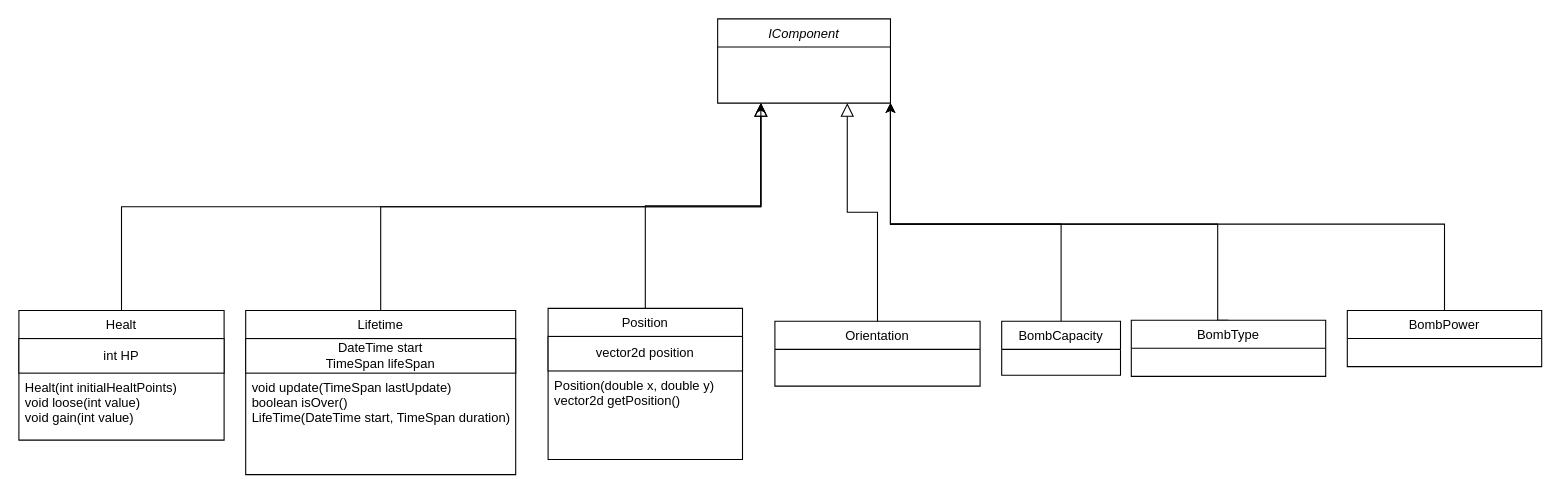
The draw.io diagram page "Components" (2 of 4) of UMLGeneralFramework.drawio in Kragoum/BomberKnight, before the edit. Source tidied: cells renumbered, new cells numbered last; positions are measured from the earlier drawing's top-left corner, leaving out a move shared by most shapes. Both pictures are drawn from the tidied source at 108%, with x=0, y=0 at pixel (18, 18).
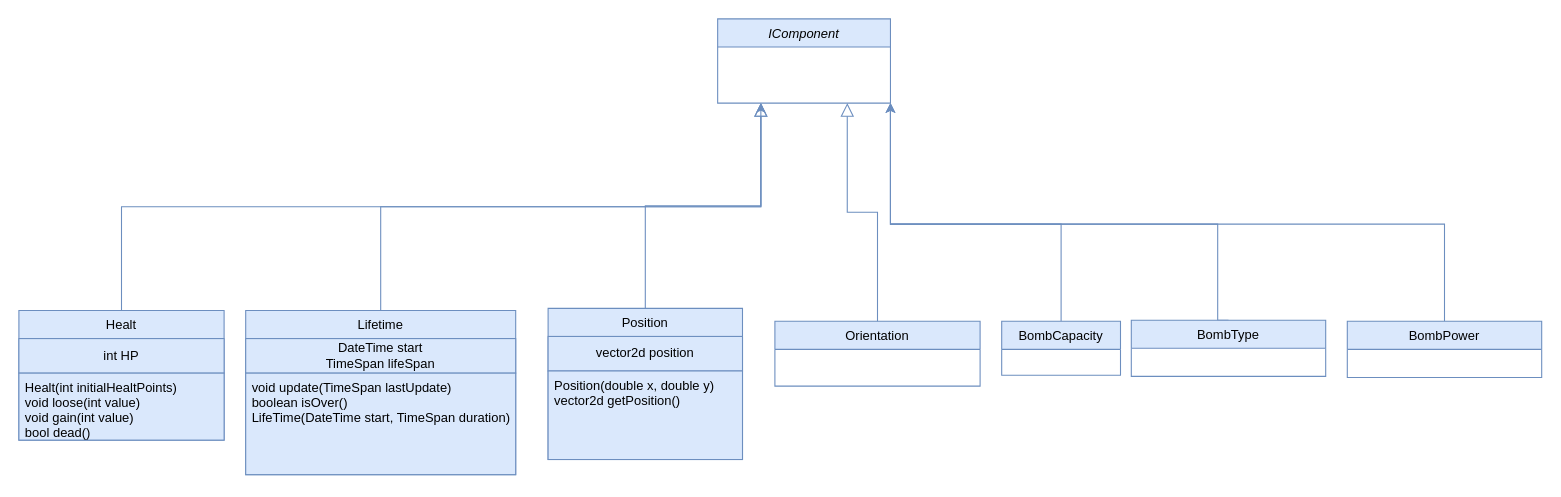
Above is the later version.

Change to the diagram source:
```diff
@@
-    <mxCell id="2" value="IComponent" style="swimlane;fontStyle=2;align=center;verticalAlign=top;horizontal=1;startSize=26;rounded=0;shadow=0;strokeWidth=1;" parent="1" vertex="1">
+    <mxCell id="2" value="IComponent" style="swimlane;fontStyle=2;align=center;verticalAlign=top;horizontal=1;startSize=26;rounded=0;shadow=0;strokeWidth=1;fillColor=#dae8fc;strokeColor=#6c8ebf;" parent="1" vertex="1">
       <mxGeometry x="647" width="160" height="78" as="geometry" />
     </mxCell>
-    <mxCell id="3" value="Healt" style="swimlane;fontStyle=0;align=center;verticalAlign=top;horizontal=1;startSize=26;rounded=0;shadow=0;strokeWidth=1;" parent="1" vertex="1">
+    <mxCell id="3" value="Healt" style="swimlane;fontStyle=0;align=center;verticalAlign=top;horizontal=1;startSize=26;rounded=0;shadow=0;strokeWidth=1;fillColor=#dae8fc;strokeColor=#6c8ebf;" parent="1" vertex="1">
       <mxGeometry y="270" width="190" height="120" as="geometry" />
     </mxCell>
-    <mxCell id="4" value="int HP" style="rounded=0;whiteSpace=wrap;html=1;" parent="3" vertex="1">
+    <mxCell id="4" value="int HP" style="rounded=0;whiteSpace=wrap;html=1;fillColor=#dae8fc;strokeColor=#6c8ebf;" parent="3" vertex="1">
       <mxGeometry y="26" width="190" height="32" as="geometry" />
     </mxCell>
-    <mxCell id="5" value="Healt(int initialHealtPoints)&#10;void loose(int value)&#10;void gain(int value)" style="text;align=left;verticalAlign=top;spacingLeft=4;spacingRight=4;overflow=hidden;rounded=0;shadow=0;html=0;" parent="3" vertex="1">
+    <mxCell id="5" value="Healt(int initialHealtPoints)&#10;void loose(int value)&#10;void gain(int value)&#10;bool dead()" style="text;align=left;verticalAlign=top;spacingLeft=4;spacingRight=4;overflow=hidden;rounded=0;shadow=0;html=0;fillColor=#dae8fc;strokeColor=#6c8ebf;" parent="3" vertex="1">
       <mxGeometry y="58" width="190" height="62" as="geometry" />
     </mxCell>
-    <mxCell id="6" style="endArrow=block;endSize=10;endFill=0;shadow=0;strokeWidth=1;rounded=0;edgeStyle=elbowEdgeStyle;elbow=vertical;entryX=0.25;entryY=1;entryDx=0;entryDy=0;" parent="1" edge="1" source="3" target="2">
+    <mxCell id="6" style="endArrow=block;endSize=10;endFill=0;shadow=0;strokeWidth=1;rounded=0;edgeStyle=elbowEdgeStyle;elbow=vertical;entryX=0.25;entryY=1;entryDx=0;entryDy=0;fillColor=#dae8fc;strokeColor=#6c8ebf;" parent="1" edge="1" source="3" target="2">
       <mxGeometry relative="1" as="geometry" />
     </mxCell>
-    <mxCell id="7" value="Lifetime" style="swimlane;fontStyle=0;align=center;verticalAlign=top;horizontal=1;startSize=26;rounded=0;shadow=0;strokeWidth=1;" parent="1" vertex="1">
+    <mxCell id="7" value="Lifetime" style="swimlane;fontStyle=0;align=center;verticalAlign=top;horizontal=1;startSize=26;rounded=0;shadow=0;strokeWidth=1;fillColor=#dae8fc;strokeColor=#6c8ebf;" parent="1" vertex="1">
       <mxGeometry x="210" y="270" width="250" height="152" as="geometry" />
     </mxCell>
-    <mxCell id="8" value="DateTime start&lt;br&gt;TimeSpan lifeSpan" style="rounded=0;whiteSpace=wrap;html=1;" parent="7" vertex="1">
+    <mxCell id="8" value="DateTime start&lt;br&gt;TimeSpan lifeSpan" style="rounded=0;whiteSpace=wrap;html=1;fillColor=#dae8fc;strokeColor=#6c8ebf;" parent="7" vertex="1">
       <mxGeometry y="26" width="250" height="32" as="geometry" />
     </mxCell>
-    <mxCell id="9" value="void update(TimeSpan lastUpdate)&#10;boolean isOver()&#10;LifeTime(DateTime start, TimeSpan duration)" style="text;align=left;verticalAlign=top;spacingLeft=4;spacingRight=4;overflow=hidden;" parent="7" vertex="1">
+    <mxCell id="9" value="void update(TimeSpan lastUpdate)&#10;boolean isOver()&#10;LifeTime(DateTime start, TimeSpan duration)" style="text;align=left;verticalAlign=top;spacingLeft=4;spacingRight=4;overflow=hidden;fillColor=#dae8fc;strokeColor=#6c8ebf;" parent="7" vertex="1">
       <mxGeometry y="58" width="250" height="94" as="geometry" />
     </mxCell>
-    <mxCell id="10" style="endArrow=block;endSize=10;endFill=0;shadow=0;strokeWidth=1;rounded=0;edgeStyle=elbowEdgeStyle;elbow=vertical;entryX=0.25;entryY=1;entryDx=0;entryDy=0;" parent="1" edge="1" source="7" target="2">
+    <mxCell id="10" style="endArrow=block;endSize=10;endFill=0;shadow=0;strokeWidth=1;rounded=0;edgeStyle=elbowEdgeStyle;elbow=vertical;entryX=0.25;entryY=1;entryDx=0;entryDy=0;fillColor=#dae8fc;strokeColor=#6c8ebf;" parent="1" edge="1" source="7" target="2">
       <mxGeometry relative="1" as="geometry" />
     </mxCell>
-    <mxCell id="11" style="edgeStyle=orthogonalEdgeStyle;rounded=0;jettySize=auto;html=1;entryX=0.25;entryY=1;entryDx=0;entryDy=0;" parent="1" edge="1" source="12" target="2">
+    <mxCell id="11" style="edgeStyle=orthogonalEdgeStyle;rounded=0;jettySize=auto;html=1;entryX=0.25;entryY=1;entryDx=0;entryDy=0;fillColor=#dae8fc;strokeColor=#6c8ebf;" parent="1" edge="1" source="12" target="2">
       <mxGeometry relative="1" as="geometry" />
     </mxCell>
-    <mxCell id="12" value="Position" style="swimlane;fontStyle=0;align=center;verticalAlign=top;horizontal=1;startSize=26;rounded=0;shadow=0;strokeWidth=1;" parent="1" vertex="1">
+    <mxCell id="12" value="Position" style="swimlane;fontStyle=0;align=center;verticalAlign=top;horizontal=1;startSize=26;rounded=0;shadow=0;strokeWidth=1;fillColor=#dae8fc;strokeColor=#6c8ebf;" parent="1" vertex="1">
       <mxGeometry x="490" y="268" width="180" height="140" as="geometry" />
     </mxCell>
-    <mxCell id="13" value="&lt;span style=&quot;text-align: left;&quot;&gt;vector2d position&lt;br&gt;&lt;/span&gt;" style="rounded=0;whiteSpace=wrap;html=1;" parent="12" vertex="1">
+    <mxCell id="13" value="&lt;span style=&quot;text-align: left;&quot;&gt;vector2d position&lt;br&gt;&lt;/span&gt;" style="rounded=0;whiteSpace=wrap;html=1;fillColor=#dae8fc;strokeColor=#6c8ebf;" parent="12" vertex="1">
       <mxGeometry y="26" width="180" height="32" as="geometry" />
     </mxCell>
-    <mxCell id="14" value="Position(double x, double y)&#10;vector2d getPosition()&#10;" style="text;align=left;verticalAlign=top;spacingLeft=4;spacingRight=4;overflow=hidden;" parent="12" vertex="1">
+    <mxCell id="14" value="Position(double x, double y)&#10;vector2d getPosition()&#10;" style="text;align=left;verticalAlign=top;spacingLeft=4;spacingRight=4;overflow=hidden;fillColor=#dae8fc;strokeColor=#6c8ebf;" parent="12" vertex="1">
       <mxGeometry y="58" width="180" height="82" as="geometry" />
     </mxCell>
-    <mxCell id="15" value="Orientation" style="swimlane;fontStyle=0;align=center;verticalAlign=top;horizontal=1;startSize=26;rounded=0;shadow=0;strokeWidth=1;" parent="1" vertex="1">
+    <mxCell id="15" value="Orientation" style="swimlane;fontStyle=0;align=center;verticalAlign=top;horizontal=1;startSize=26;rounded=0;shadow=0;strokeWidth=1;fillColor=#dae8fc;strokeColor=#6c8ebf;" parent="1" vertex="1">
       <mxGeometry x="700" y="280" width="190" height="60" as="geometry" />
     </mxCell>
-    <mxCell id="16" style="endArrow=block;endSize=10;endFill=0;shadow=0;strokeWidth=1;rounded=0;edgeStyle=elbowEdgeStyle;elbow=vertical;entryX=0.75;entryY=1;entryDx=0;entryDy=0;" parent="1" edge="1" source="15" target="2">
+    <mxCell id="16" style="endArrow=block;endSize=10;endFill=0;shadow=0;strokeWidth=1;rounded=0;edgeStyle=elbowEdgeStyle;elbow=vertical;entryX=0.75;entryY=1;entryDx=0;entryDy=0;fillColor=#dae8fc;strokeColor=#6c8ebf;" parent="1" edge="1" source="15" target="2">
       <mxGeometry relative="1" as="geometry" />
     </mxCell>
-    <mxCell id="17" style="edgeStyle=orthogonalEdgeStyle;rounded=0;jettySize=auto;html=1;entryX=1;entryY=1;entryDx=0;entryDy=0;" parent="1" edge="1" source="18" target="2">
+    <mxCell id="17" style="edgeStyle=orthogonalEdgeStyle;rounded=0;jettySize=auto;html=1;entryX=1;entryY=1;entryDx=0;entryDy=0;fillColor=#dae8fc;strokeColor=#6c8ebf;" parent="1" edge="1" source="18" target="2">
       <mxGeometry relative="1" as="geometry">
         <Array as="points">
           <mxPoint x="965" y="190" />
           <mxPoint x="807" y="190" />
         </Array>
       </mxGeometry>
     </mxCell>
-    <mxCell id="18" value="BombCapacity" style="swimlane;fontStyle=0;align=center;verticalAlign=top;horizontal=1;startSize=26;rounded=0;shadow=0;strokeWidth=1;" parent="1" vertex="1">
+    <mxCell id="18" value="BombCapacity" style="swimlane;fontStyle=0;align=center;verticalAlign=top;horizontal=1;startSize=26;rounded=0;shadow=0;strokeWidth=1;fillColor=#dae8fc;strokeColor=#6c8ebf;" parent="1" vertex="1">
       <mxGeometry x="910" y="280" width="110" height="50" as="geometry" />
     </mxCell>
-    <mxCell id="19" style="edgeStyle=orthogonalEdgeStyle;rounded=0;jettySize=auto;html=1;entryX=1;entryY=1;entryDx=0;entryDy=0;exitX=0.5;exitY=0;exitDx=0;exitDy=0;" parent="1" edge="1" source="20" target="2">
+    <mxCell id="19" style="edgeStyle=orthogonalEdgeStyle;rounded=0;jettySize=auto;html=1;entryX=1;entryY=1;entryDx=0;entryDy=0;exitX=0.5;exitY=0;exitDx=0;exitDy=0;fillColor=#dae8fc;strokeColor=#6c8ebf;" parent="1" edge="1" source="20" target="2">
       <mxGeometry relative="1" as="geometry">
         <Array as="points">
           <mxPoint x="1110" y="279" />
           <mxPoint x="1110" y="190" />
           <mxPoint x="807" y="190" />
         </Array>
       </mxGeometry>
     </mxCell>
-    <mxCell id="20" value="BombType" style="swimlane;fontStyle=0;align=center;verticalAlign=top;horizontal=1;startSize=26;rounded=0;shadow=0;strokeWidth=1;" parent="1" vertex="1">
+    <mxCell id="20" value="BombType" style="swimlane;fontStyle=0;align=center;verticalAlign=top;horizontal=1;startSize=26;rounded=0;shadow=0;strokeWidth=1;fillColor=#dae8fc;strokeColor=#6c8ebf;" parent="1" vertex="1">
       <mxGeometry x="1030" y="279" width="180" height="52" as="geometry" />
     </mxCell>
-    <mxCell id="21" style="edgeStyle=orthogonalEdgeStyle;rounded=0;jettySize=auto;html=1;entryX=1;entryY=1;entryDx=0;entryDy=0;" parent="1" edge="1" source="22" target="2">
+    <mxCell id="21" style="edgeStyle=orthogonalEdgeStyle;rounded=0;jettySize=auto;html=1;entryX=1;entryY=1;entryDx=0;entryDy=0;fillColor=#dae8fc;strokeColor=#6c8ebf;" parent="1" edge="1" source="22" target="2">
       <mxGeometry relative="1" as="geometry">
         <Array as="points">
           <mxPoint x="1320" y="190" />
           <mxPoint x="807" y="190" />
         </Array>
       </mxGeometry>
     </mxCell>
-    <mxCell id="22" value="BombPower" style="swimlane;fontStyle=0;align=center;verticalAlign=top;horizontal=1;startSize=26;rounded=0;shadow=0;strokeWidth=1;" parent="1" vertex="1">
-      <mxGeometry x="1230" y="270" width="180" height="52" as="geometry" />
+    <mxCell id="22" value="BombPower" style="swimlane;fontStyle=0;align=center;verticalAlign=top;horizontal=1;startSize=26;rounded=0;shadow=0;strokeWidth=1;fillColor=#dae8fc;strokeColor=#6c8ebf;" parent="1" vertex="1">
+      <mxGeometry x="1230" y="280" width="180" height="52" as="geometry" />
     </mxCell>
```
